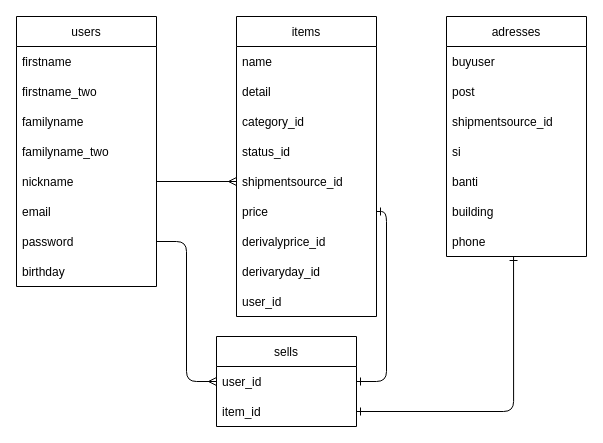
This is ER図.dio from aki2314/furima-37607, a draw.io file, before an edit. Source tidied: cells renumbered, new cells numbered last; positions are measured from the earlier drawing's top-left corner, leaving out a move shared by most shapes. Both pictures are drawn from the tidied source at 100%, with x=0, y=0 at pixel (16, 16).
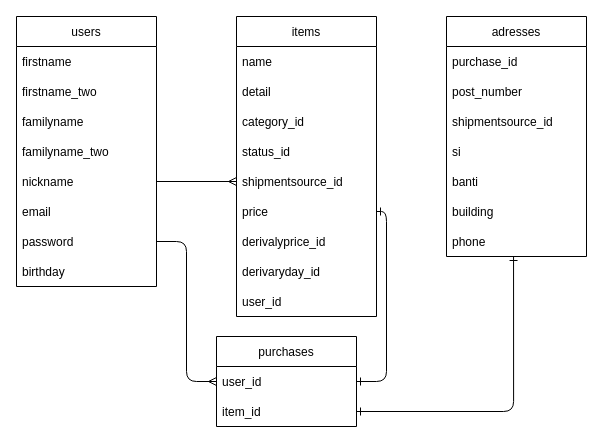
After the change.

Unchanged cells that the change refers to:
```xml
<mxCell id="24" value="adresses" style="swimlane;fontStyle=0;horizontal=1;startSize=30;" parent="1" vertex="1">
  <mxGeometry x="430" width="140" height="240" as="geometry" />
</mxCell>
```

The edit, as a diff of the source:
```diff
@@
-    <mxCell id="21" value="sells" style="swimlane;fontStyle=0;horizontal=1;startSize=30;" parent="1" vertex="1">
+    <mxCell id="21" value="purchases" style="swimlane;fontStyle=0;horizontal=1;startSize=30;" parent="1" vertex="1">
       <mxGeometry x="200" y="320" width="140" height="90" as="geometry" />
     </mxCell>
@@
-    <mxCell id="25" value="buyuser" style="text;strokeColor=none;fillColor=none;align=left;verticalAlign=middle;spacingLeft=4;spacingRight=4;overflow=hidden;" parent="24" vertex="1">
+    <mxCell id="25" value="purchase_id" style="text;strokeColor=none;fillColor=none;align=left;verticalAlign=middle;spacingLeft=4;spacingRight=4;overflow=hidden;" parent="24" vertex="1">
       <mxGeometry y="30" width="140" height="30" as="geometry" />
     </mxCell>
-    <mxCell id="26" value="post" style="text;strokeColor=none;fillColor=none;align=left;verticalAlign=middle;spacingLeft=4;spacingRight=4;overflow=hidden;" parent="24" vertex="1">
+    <mxCell id="26" value="post_number" style="text;strokeColor=none;fillColor=none;align=left;verticalAlign=middle;spacingLeft=4;spacingRight=4;overflow=hidden;" parent="24" vertex="1">
       <mxGeometry y="60" width="140" height="30" as="geometry" />
     </mxCell>
```
